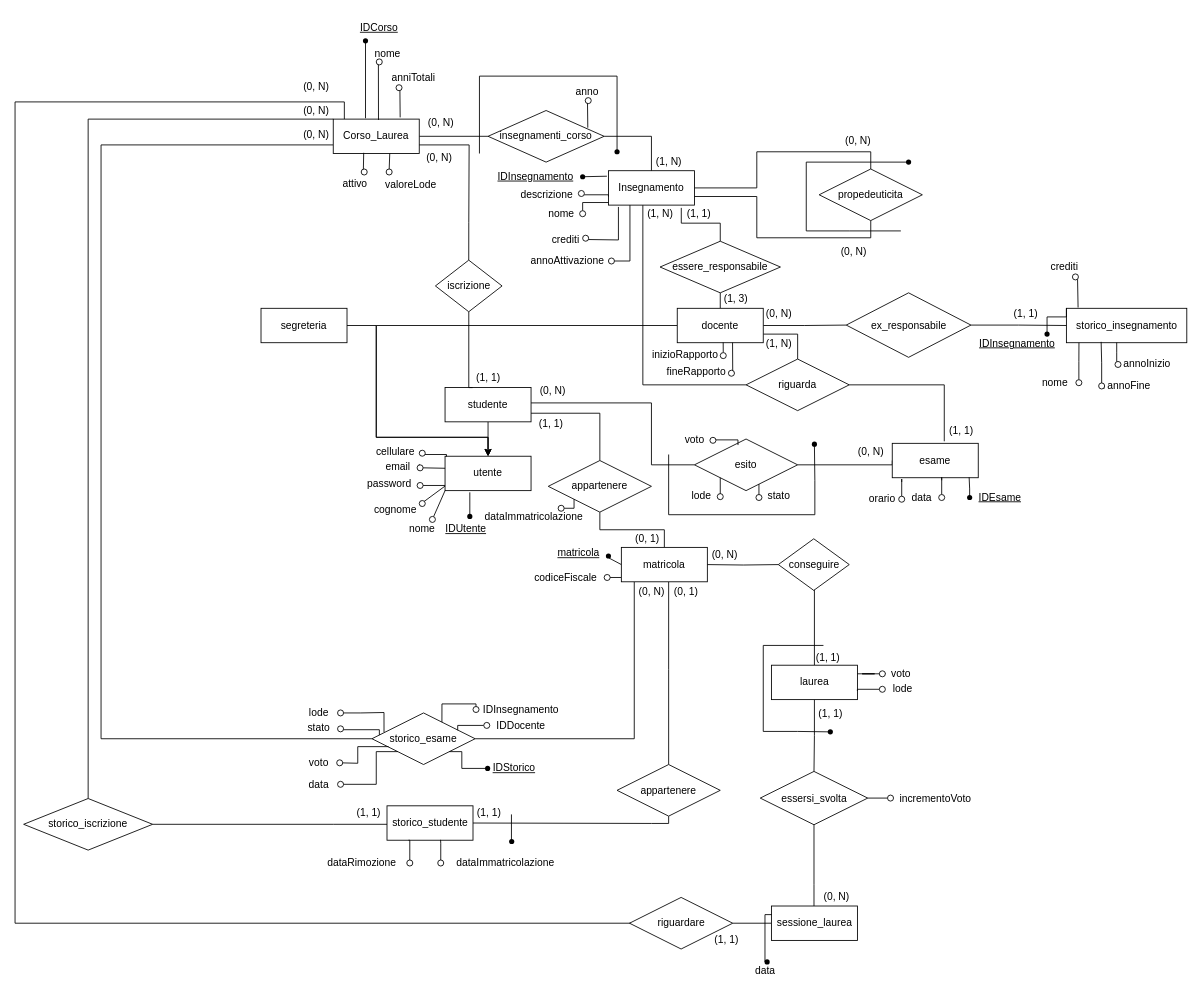
The draw.io diagram page "ER" (1 of 3) of uni.drawio in michelebolis/UniversityExamSystem, before the edit. Source tidied: cells renumbered, new cells numbered last; positions are measured from the earlier drawing's top-left corner, leaving out a move shared by most shapes. Both pictures are drawn from the tidied source at 86%, with x=0, y=0 at pixel (15, 15).
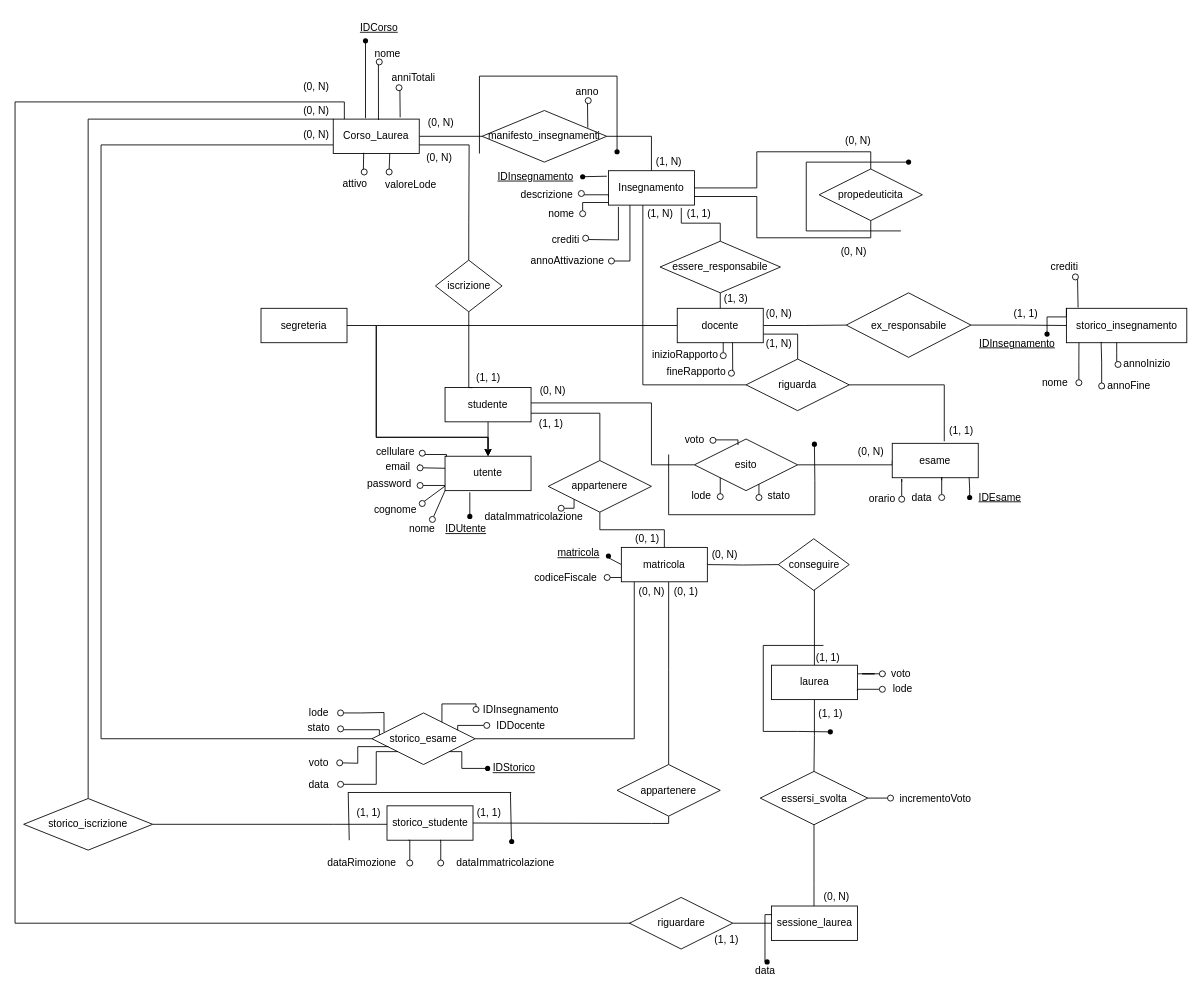
Above is the later version.

The edit, as a diff of the source:
```diff
@@
-    <mxCell id="33" value="insegnamenti_corso" style="shape=rhombus;perimeter=rhombusPerimeter;whiteSpace=wrap;html=1;align=center;" parent="1" vertex="1">
-      <mxGeometry x="550" y="111" width="135" height="60" as="geometry" />
+    <mxCell id="33" value="manifesto_insegnamenti" style="shape=rhombus;perimeter=rhombusPerimeter;whiteSpace=wrap;html=1;align=center;" parent="1" vertex="1">
+      <mxGeometry x="543" y="111" width="145" height="60" as="geometry" />
     </mxCell>
@@
     <mxCell id="224" style="endArrow=none;html=1;rounded=0;" parent="1" edge="1">
       <mxGeometry relative="1" as="geometry">
         <mxPoint x="577.2" y="959.5" as="sourcePoint" />
-        <mxPoint x="577.2" y="929.5" as="targetPoint" />
+        <mxPoint x="576" y="904" as="targetPoint" />
       </mxGeometry>
     </mxCell>
@@
+    <mxCell id="256" style="edgeStyle=none;orthogonalLoop=1;jettySize=auto;html=1;rounded=0;endArrow=none;endFill=0;" parent="1" edge="1">
+      <mxGeometry relative="1" as="geometry">
+        <mxPoint x="577" y="904" as="sourcePoint" />
+        <mxPoint x="387" y="904" as="targetPoint" />
+      </mxGeometry>
+    </mxCell>
+    <mxCell id="257" style="endArrow=none;html=1;rounded=0;" parent="1" edge="1">
+      <mxGeometry relative="1" as="geometry">
+        <mxPoint x="388.6" y="959.5" as="sourcePoint" />
+        <mxPoint x="387.4" y="904" as="targetPoint" />
+      </mxGeometry>
+    </mxCell>
```
